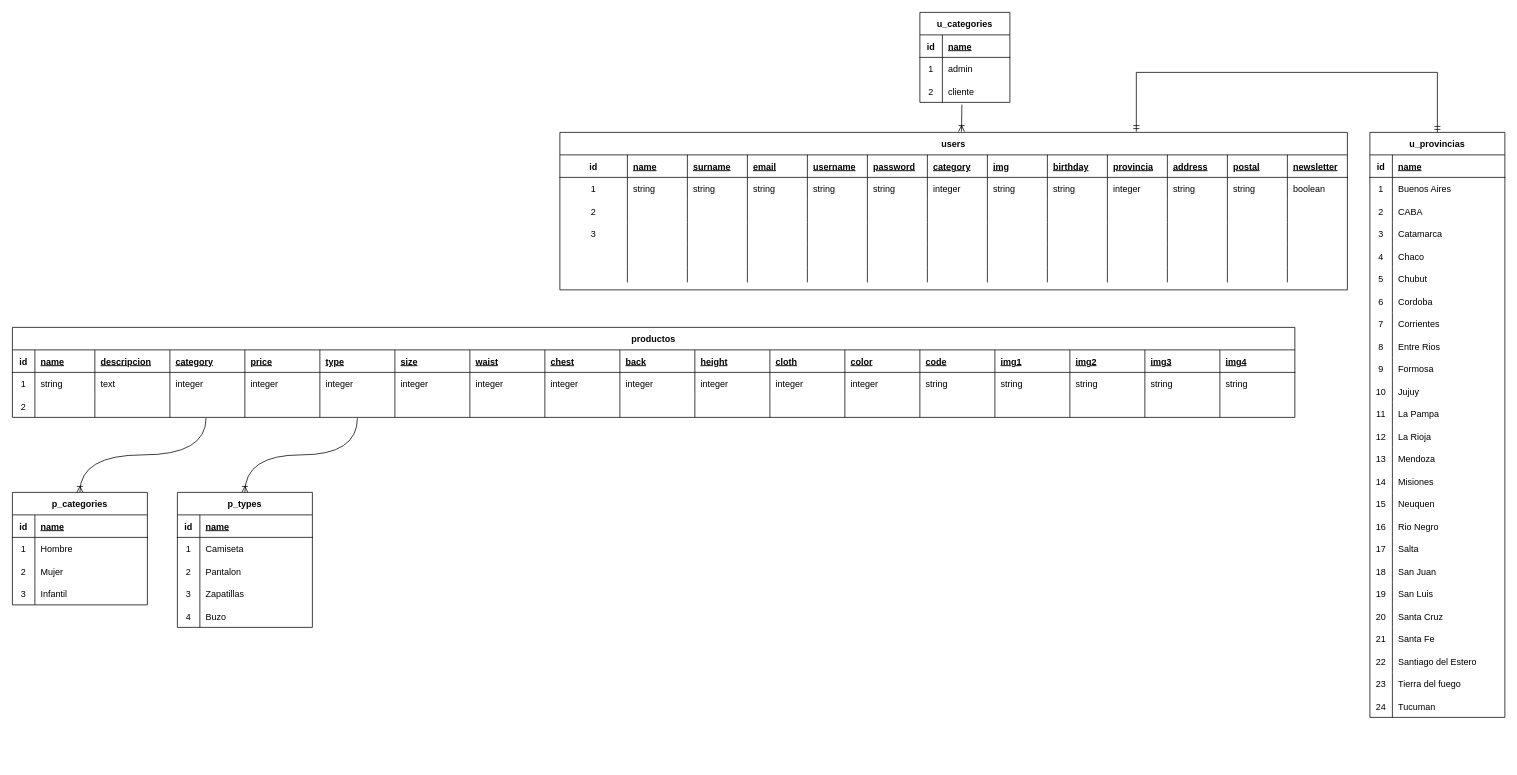
mateocampillo/grupo_5_ropadeportiva keeps this draw.io diagram as Untitled Diagram.drawio. Above is the earlier version. Source tidied: cells renumbered, new cells numbered last; positions are measured from the earlier drawing's top-left corner, leaving out a move shared by most shapes. Both pictures are drawn from the tidied source at 75%, with x=0, y=0 at pixel (12, 12).
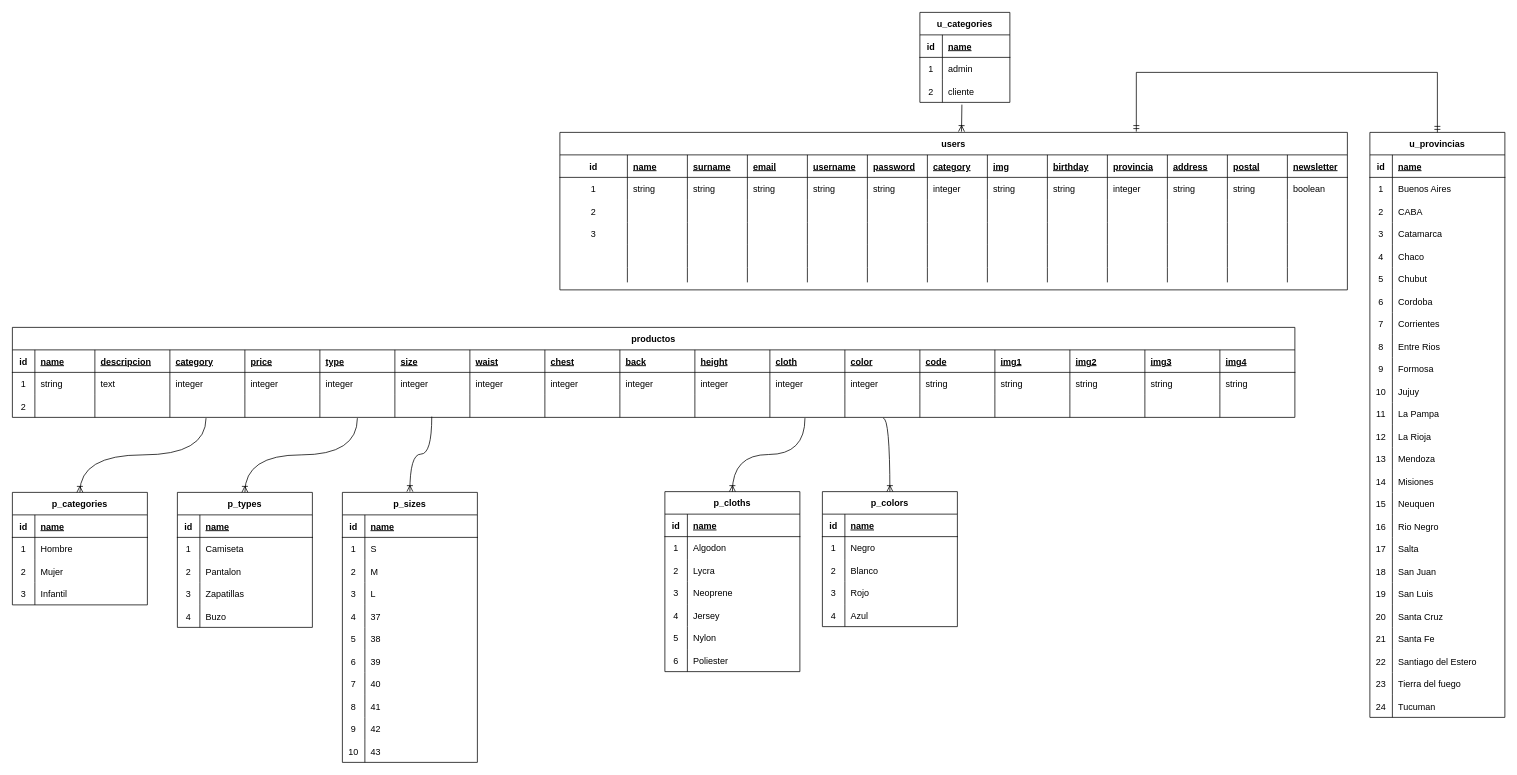
The same diagram, later.

Commit message:
tablas completas

Unchanged cells that the change refers to:
```xml
<mxCell id="214" style="shape=tableRow;horizontal=0;startSize=0;swimlaneHead=0;swimlaneBody=0;fillColor=none;points=[[0,0.5],[1,0.5]];portConstraint=eastwest;top=0;left=0;right=0;bottom=0;" parent="175" vertex="1">
  <mxGeometry y="90" width="1710" height="30" as="geometry" />
</mxCell>
```

Diff of the diagram source:
```diff
@@
+    <mxCell id="264" value="p_sizes" style="shape=table;startSize=30;childLayout=tableLayout;rowLines=0;fontStyle=1;align=center;" parent="1" vertex="1">
+      <mxGeometry x="440" y="640" width="180" height="360" as="geometry" />
+    </mxCell>
+    <mxCell id="265" style="shape=tableRow;horizontal=0;startSize=0;swimlaneHead=0;swimlaneBody=0;fillColor=none;top=0;left=0;right=0;bottom=1;" parent="264" vertex="1">
+      <mxGeometry y="30" width="180" height="30" as="geometry" />
+    </mxCell>
+    <mxCell id="266" value="id" style="shape=partialRectangle;fillColor=none;top=0;left=0;bottom=0;right=0;fontStyle=1;overflow=hidden;" parent="265" vertex="1">
+      <mxGeometry width="30" height="30" as="geometry" />
+    </mxCell>
+    <mxCell id="267" value="name" style="shape=partialRectangle;fillColor=none;top=0;left=0;bottom=0;right=0;align=left;spacingLeft=6;fontStyle=5;overflow=hidden;" parent="265" vertex="1">
+      <mxGeometry x="30" width="150" height="30" as="geometry" />
+    </mxCell>
+    <mxCell id="268" style="shape=tableRow;horizontal=0;startSize=0;swimlaneHead=0;swimlaneBody=0;fillColor=none;top=0;left=0;right=0;bottom=0;" parent="264" vertex="1">
+      <mxGeometry y="60" width="180" height="30" as="geometry" />
+    </mxCell>
+    <mxCell id="269" value="1" style="shape=partialRectangle;fillColor=none;top=0;left=0;bottom=0;right=0;overflow=hidden;" parent="268" vertex="1">
+      <mxGeometry width="30" height="30" as="geometry" />
+    </mxCell>
+    <mxCell id="270" value="S" style="shape=partialRectangle;fillColor=none;top=0;left=0;bottom=0;right=0;align=left;spacingLeft=6;overflow=hidden;" parent="268" vertex="1">
+      <mxGeometry x="30" width="150" height="30" as="geometry" />
+    </mxCell>
+    <mxCell id="271" style="shape=tableRow;horizontal=0;startSize=0;swimlaneHead=0;swimlaneBody=0;fillColor=none;top=0;left=0;right=0;bottom=0;" parent="264" vertex="1">
+      <mxGeometry y="90" width="180" height="30" as="geometry" />
+    </mxCell>
+    <mxCell id="272" value="2" style="shape=partialRectangle;fillColor=none;top=0;left=0;bottom=0;right=0;overflow=hidden;" parent="271" vertex="1">
+      <mxGeometry width="30" height="30" as="geometry" />
+    </mxCell>
+    <mxCell id="273" value="M" style="shape=partialRectangle;fillColor=none;top=0;left=0;bottom=0;right=0;align=left;spacingLeft=6;overflow=hidden;" parent="271" vertex="1">
+      <mxGeometry x="30" width="150" height="30" as="geometry" />
+    </mxCell>
+    <mxCell id="274" style="shape=tableRow;horizontal=0;startSize=0;swimlaneHead=0;swimlaneBody=0;fillColor=none;top=0;left=0;right=0;bottom=0;" parent="264" vertex="1">
+      <mxGeometry y="120" width="180" height="30" as="geometry" />
+    </mxCell>
+    <mxCell id="275" value="3" style="shape=partialRectangle;fillColor=none;top=0;left=0;bottom=0;right=0;overflow=hidden;" parent="274" vertex="1">
+      <mxGeometry width="30" height="30" as="geometry" />
+    </mxCell>
+    <mxCell id="276" value="L" style="shape=partialRectangle;fillColor=none;top=0;left=0;bottom=0;right=0;align=left;spacingLeft=6;overflow=hidden;" parent="274" vertex="1">
+      <mxGeometry x="30" width="150" height="30" as="geometry" />
+    </mxCell>
+    <mxCell id="277" style="shape=tableRow;horizontal=0;startSize=0;swimlaneHead=0;swimlaneBody=0;fillColor=none;top=0;left=0;right=0;bottom=0;" parent="264" vertex="1">
+      <mxGeometry y="150" width="180" height="30" as="geometry" />
+    </mxCell>
+    <mxCell id="278" value="4" style="shape=partialRectangle;fillColor=none;top=0;left=0;bottom=0;right=0;overflow=hidden;" parent="277" vertex="1">
+      <mxGeometry width="30" height="30" as="geometry" />
+    </mxCell>
+    <mxCell id="279" value="37" style="shape=partialRectangle;fillColor=none;top=0;left=0;bottom=0;right=0;align=left;spacingLeft=6;overflow=hidden;" parent="277" vertex="1">
+      <mxGeometry x="30" width="150" height="30" as="geometry" />
+    </mxCell>
+    <mxCell id="280" style="shape=tableRow;horizontal=0;startSize=0;swimlaneHead=0;swimlaneBody=0;fillColor=none;top=0;left=0;right=0;bottom=0;" parent="264" vertex="1">
+      <mxGeometry y="180" width="180" height="30" as="geometry" />
+    </mxCell>
+    <mxCell id="281" value="5" style="shape=partialRectangle;fillColor=none;top=0;left=0;bottom=0;right=0;overflow=hidden;" parent="280" vertex="1">
+      <mxGeometry width="30" height="30" as="geometry" />
+    </mxCell>
+    <mxCell id="282" value="38" style="shape=partialRectangle;fillColor=none;top=0;left=0;bottom=0;right=0;align=left;spacingLeft=6;overflow=hidden;" parent="280" vertex="1">
+      <mxGeometry x="30" width="150" height="30" as="geometry" />
+    </mxCell>
+    <mxCell id="283" style="shape=tableRow;horizontal=0;startSize=0;swimlaneHead=0;swimlaneBody=0;fillColor=none;top=0;left=0;right=0;bottom=0;" parent="264" vertex="1">
+      <mxGeometry y="210" width="180" height="30" as="geometry" />
+    </mxCell>
+    <mxCell id="284" value="6" style="shape=partialRectangle;fillColor=none;top=0;left=0;bottom=0;right=0;overflow=hidden;" parent="283" vertex="1">
+      <mxGeometry width="30" height="30" as="geometry" />
+    </mxCell>
+    <mxCell id="285" value="39" style="shape=partialRectangle;fillColor=none;top=0;left=0;bottom=0;right=0;align=left;spacingLeft=6;overflow=hidden;" parent="283" vertex="1">
+      <mxGeometry x="30" width="150" height="30" as="geometry" />
+    </mxCell>
+    <mxCell id="286" style="shape=tableRow;horizontal=0;startSize=0;swimlaneHead=0;swimlaneBody=0;fillColor=none;top=0;left=0;right=0;bottom=0;" parent="264" vertex="1">
+      <mxGeometry y="240" width="180" height="30" as="geometry" />
+    </mxCell>
+    <mxCell id="287" value="7" style="shape=partialRectangle;fillColor=none;top=0;left=0;bottom=0;right=0;overflow=hidden;" parent="286" vertex="1">
+      <mxGeometry width="30" height="30" as="geometry" />
+    </mxCell>
+    <mxCell id="288" value="40" style="shape=partialRectangle;fillColor=none;top=0;left=0;bottom=0;right=0;align=left;spacingLeft=6;overflow=hidden;" parent="286" vertex="1">
+      <mxGeometry x="30" width="150" height="30" as="geometry" />
+    </mxCell>
+    <mxCell id="289" style="shape=tableRow;horizontal=0;startSize=0;swimlaneHead=0;swimlaneBody=0;fillColor=none;top=0;left=0;right=0;bottom=0;" parent="264" vertex="1">
+      <mxGeometry y="270" width="180" height="30" as="geometry" />
+    </mxCell>
+    <mxCell id="290" value="8" style="shape=partialRectangle;fillColor=none;top=0;left=0;bottom=0;right=0;overflow=hidden;" parent="289" vertex="1">
+      <mxGeometry width="30" height="30" as="geometry" />
+    </mxCell>
+    <mxCell id="291" value="41" style="shape=partialRectangle;fillColor=none;top=0;left=0;bottom=0;right=0;align=left;spacingLeft=6;overflow=hidden;" parent="289" vertex="1">
+      <mxGeometry x="30" width="150" height="30" as="geometry" />
+    </mxCell>
+    <mxCell id="292" style="shape=tableRow;horizontal=0;startSize=0;swimlaneHead=0;swimlaneBody=0;fillColor=none;top=0;left=0;right=0;bottom=0;" parent="264" vertex="1">
+      <mxGeometry y="300" width="180" height="30" as="geometry" />
+    </mxCell>
+    <mxCell id="293" value="9" style="shape=partialRectangle;fillColor=none;top=0;left=0;bottom=0;right=0;overflow=hidden;" parent="292" vertex="1">
+      <mxGeometry width="30" height="30" as="geometry" />
+    </mxCell>
+    <mxCell id="294" value="42" style="shape=partialRectangle;fillColor=none;top=0;left=0;bottom=0;right=0;align=left;spacingLeft=6;overflow=hidden;" parent="292" vertex="1">
+      <mxGeometry x="30" width="150" height="30" as="geometry" />
+    </mxCell>
+    <mxCell id="295" style="shape=tableRow;horizontal=0;startSize=0;swimlaneHead=0;swimlaneBody=0;fillColor=none;top=0;left=0;right=0;bottom=0;" parent="264" vertex="1">
+      <mxGeometry y="330" width="180" height="30" as="geometry" />
+    </mxCell>
+    <mxCell id="296" value="10" style="shape=partialRectangle;fillColor=none;top=0;left=0;bottom=0;right=0;overflow=hidden;" parent="295" vertex="1">
+      <mxGeometry width="30" height="30" as="geometry" />
+    </mxCell>
+    <mxCell id="297" value="43" style="shape=partialRectangle;fillColor=none;top=0;left=0;bottom=0;right=0;align=left;spacingLeft=6;overflow=hidden;" parent="295" vertex="1">
+      <mxGeometry x="30" width="150" height="30" as="geometry" />
+    </mxCell>
+    <mxCell id="298" style="edgeStyle=orthogonalEdgeStyle;fontSize=12;html=1;endArrow=ERoneToMany;rounded=0;entryX=0.5;entryY=0;entryDx=0;entryDy=0;curved=1;exitX=0.327;exitY=0.967;exitDx=0;exitDy=0;exitPerimeter=0;" parent="1" edge="1" source="214">
+      <mxGeometry relative="1" as="geometry">
+        <mxPoint x="530" y="639" as="targetPoint" />
+        <Array as="points">
+          <mxPoint x="559" y="589" />
+          <mxPoint x="530" y="589" />
+        </Array>
+      </mxGeometry>
+    </mxCell>
+    <mxCell id="299" value="p_cloths" style="shape=table;startSize=30;childLayout=tableLayout;rowLines=0;fontStyle=1;align=center;" parent="1" vertex="1">
+      <mxGeometry x="870" y="639" width="180" height="240" as="geometry" />
+    </mxCell>
+    <mxCell id="300" style="shape=tableRow;horizontal=0;startSize=0;swimlaneHead=0;swimlaneBody=0;fillColor=none;top=0;left=0;right=0;bottom=1;" parent="299" vertex="1">
+      <mxGeometry y="30" width="180" height="30" as="geometry" />
+    </mxCell>
+    <mxCell id="301" value="id" style="shape=partialRectangle;fillColor=none;top=0;left=0;bottom=0;right=0;fontStyle=1;overflow=hidden;" parent="300" vertex="1">
+      <mxGeometry width="30" height="30" as="geometry" />
+    </mxCell>
+    <mxCell id="302" value="name" style="shape=partialRectangle;fillColor=none;top=0;left=0;bottom=0;right=0;align=left;spacingLeft=6;fontStyle=5;overflow=hidden;" parent="300" vertex="1">
+      <mxGeometry x="30" width="150" height="30" as="geometry" />
+    </mxCell>
+    <mxCell id="303" style="shape=tableRow;horizontal=0;startSize=0;swimlaneHead=0;swimlaneBody=0;fillColor=none;top=0;left=0;right=0;bottom=0;" parent="299" vertex="1">
+      <mxGeometry y="60" width="180" height="30" as="geometry" />
+    </mxCell>
+    <mxCell id="304" value="1" style="shape=partialRectangle;fillColor=none;top=0;left=0;bottom=0;right=0;overflow=hidden;" parent="303" vertex="1">
+      <mxGeometry width="30" height="30" as="geometry" />
+    </mxCell>
+    <mxCell id="305" value="Algodon" style="shape=partialRectangle;fillColor=none;top=0;left=0;bottom=0;right=0;align=left;spacingLeft=6;overflow=hidden;" parent="303" vertex="1">
+      <mxGeometry x="30" width="150" height="30" as="geometry" />
+    </mxCell>
+    <mxCell id="306" style="shape=tableRow;horizontal=0;startSize=0;swimlaneHead=0;swimlaneBody=0;fillColor=none;top=0;left=0;right=0;bottom=0;" parent="299" vertex="1">
+      <mxGeometry y="90" width="180" height="30" as="geometry" />
+    </mxCell>
+    <mxCell id="307" value="2" style="shape=partialRectangle;fillColor=none;top=0;left=0;bottom=0;right=0;overflow=hidden;" parent="306" vertex="1">
+      <mxGeometry width="30" height="30" as="geometry" />
+    </mxCell>
+    <mxCell id="308" value="Lycra" style="shape=partialRectangle;fillColor=none;top=0;left=0;bottom=0;right=0;align=left;spacingLeft=6;overflow=hidden;" parent="306" vertex="1">
+      <mxGeometry x="30" width="150" height="30" as="geometry" />
+    </mxCell>
+    <mxCell id="309" style="shape=tableRow;horizontal=0;startSize=0;swimlaneHead=0;swimlaneBody=0;fillColor=none;top=0;left=0;right=0;bottom=0;" parent="299" vertex="1">
+      <mxGeometry y="120" width="180" height="30" as="geometry" />
+    </mxCell>
+    <mxCell id="310" value="3" style="shape=partialRectangle;fillColor=none;top=0;left=0;bottom=0;right=0;overflow=hidden;" parent="309" vertex="1">
+      <mxGeometry width="30" height="30" as="geometry" />
+    </mxCell>
+    <mxCell id="311" value="Neoprene" style="shape=partialRectangle;fillColor=none;top=0;left=0;bottom=0;right=0;align=left;spacingLeft=6;overflow=hidden;" parent="309" vertex="1">
+      <mxGeometry x="30" width="150" height="30" as="geometry" />
+    </mxCell>
+    <mxCell id="312" style="shape=tableRow;horizontal=0;startSize=0;swimlaneHead=0;swimlaneBody=0;fillColor=none;top=0;left=0;right=0;bottom=0;" parent="299" vertex="1">
+      <mxGeometry y="150" width="180" height="30" as="geometry" />
+    </mxCell>
+    <mxCell id="313" value="4" style="shape=partialRectangle;fillColor=none;top=0;left=0;bottom=0;right=0;overflow=hidden;" parent="312" vertex="1">
+      <mxGeometry width="30" height="30" as="geometry" />
+    </mxCell>
+    <mxCell id="314" value="Jersey" style="shape=partialRectangle;fillColor=none;top=0;left=0;bottom=0;right=0;align=left;spacingLeft=6;overflow=hidden;" parent="312" vertex="1">
+      <mxGeometry x="30" width="150" height="30" as="geometry" />
+    </mxCell>
+    <mxCell id="315" style="shape=tableRow;horizontal=0;startSize=0;swimlaneHead=0;swimlaneBody=0;fillColor=none;top=0;left=0;right=0;bottom=0;" parent="299" vertex="1">
+      <mxGeometry y="180" width="180" height="30" as="geometry" />
+    </mxCell>
+    <mxCell id="316" value="5" style="shape=partialRectangle;fillColor=none;top=0;left=0;bottom=0;right=0;overflow=hidden;" parent="315" vertex="1">
+      <mxGeometry width="30" height="30" as="geometry" />
+    </mxCell>
+    <mxCell id="317" value="Nylon" style="shape=partialRectangle;fillColor=none;top=0;left=0;bottom=0;right=0;align=left;spacingLeft=6;overflow=hidden;" parent="315" vertex="1">
+      <mxGeometry x="30" width="150" height="30" as="geometry" />
+    </mxCell>
+    <mxCell id="318" style="shape=tableRow;horizontal=0;startSize=0;swimlaneHead=0;swimlaneBody=0;fillColor=none;top=0;left=0;right=0;bottom=0;" parent="299" vertex="1">
+      <mxGeometry y="210" width="180" height="30" as="geometry" />
+    </mxCell>
+    <mxCell id="319" value="6" style="shape=partialRectangle;fillColor=none;top=0;left=0;bottom=0;right=0;overflow=hidden;" parent="318" vertex="1">
+      <mxGeometry width="30" height="30" as="geometry" />
+    </mxCell>
+    <mxCell id="320" value="Poliester" style="shape=partialRectangle;fillColor=none;top=0;left=0;bottom=0;right=0;align=left;spacingLeft=6;overflow=hidden;" parent="318" vertex="1">
+      <mxGeometry x="30" width="150" height="30" as="geometry" />
+    </mxCell>
+    <mxCell id="321" style="edgeStyle=orthogonalEdgeStyle;fontSize=12;html=1;endArrow=ERoneToMany;rounded=0;curved=1;entryX=0.5;entryY=0;entryDx=0;entryDy=0;exitX=0.618;exitY=1.033;exitDx=0;exitDy=0;exitPerimeter=0;" parent="1" edge="1" source="214" target="299">
+      <mxGeometry relative="1" as="geometry" />
+    </mxCell>
+    <mxCell id="322" value="p_colors" style="shape=table;startSize=30;childLayout=tableLayout;rowLines=0;fontStyle=1;align=center;" parent="1" vertex="1">
+      <mxGeometry x="1080" y="639" width="180" height="180" as="geometry" />
+    </mxCell>
+    <mxCell id="323" style="shape=tableRow;horizontal=0;startSize=0;swimlaneHead=0;swimlaneBody=0;fillColor=none;top=0;left=0;right=0;bottom=1;" parent="322" vertex="1">
+      <mxGeometry y="30" width="180" height="30" as="geometry" />
+    </mxCell>
+    <mxCell id="324" value="id" style="shape=partialRectangle;fillColor=none;top=0;left=0;bottom=0;right=0;fontStyle=1;overflow=hidden;" parent="323" vertex="1">
+      <mxGeometry width="30" height="30" as="geometry" />
+    </mxCell>
+    <mxCell id="325" value="name" style="shape=partialRectangle;fillColor=none;top=0;left=0;bottom=0;right=0;align=left;spacingLeft=6;fontStyle=5;overflow=hidden;" parent="323" vertex="1">
+      <mxGeometry x="30" width="150" height="30" as="geometry" />
+    </mxCell>
+    <mxCell id="326" style="shape=tableRow;horizontal=0;startSize=0;swimlaneHead=0;swimlaneBody=0;fillColor=none;top=0;left=0;right=0;bottom=0;" parent="322" vertex="1">
+      <mxGeometry y="60" width="180" height="30" as="geometry" />
+    </mxCell>
+    <mxCell id="327" value="1" style="shape=partialRectangle;fillColor=none;top=0;left=0;bottom=0;right=0;overflow=hidden;" parent="326" vertex="1">
+      <mxGeometry width="30" height="30" as="geometry" />
+    </mxCell>
+    <mxCell id="328" value="Negro    " style="shape=partialRectangle;fillColor=none;top=0;left=0;bottom=0;right=0;align=left;spacingLeft=6;overflow=hidden;" parent="326" vertex="1">
+      <mxGeometry x="30" width="150" height="30" as="geometry" />
+    </mxCell>
+    <mxCell id="329" style="shape=tableRow;horizontal=0;startSize=0;swimlaneHead=0;swimlaneBody=0;fillColor=none;top=0;left=0;right=0;bottom=0;" parent="322" vertex="1">
+      <mxGeometry y="90" width="180" height="30" as="geometry" />
+    </mxCell>
+    <mxCell id="330" value="2" style="shape=partialRectangle;fillColor=none;top=0;left=0;bottom=0;right=0;overflow=hidden;" parent="329" vertex="1">
+      <mxGeometry width="30" height="30" as="geometry" />
+    </mxCell>
+    <mxCell id="331" value="Blanco" style="shape=partialRectangle;fillColor=none;top=0;left=0;bottom=0;right=0;align=left;spacingLeft=6;overflow=hidden;" parent="329" vertex="1">
+      <mxGeometry x="30" width="150" height="30" as="geometry" />
+    </mxCell>
+    <mxCell id="332" style="shape=tableRow;horizontal=0;startSize=0;swimlaneHead=0;swimlaneBody=0;fillColor=none;top=0;left=0;right=0;bottom=0;" parent="322" vertex="1">
+      <mxGeometry y="120" width="180" height="30" as="geometry" />
+    </mxCell>
+    <mxCell id="333" value="3" style="shape=partialRectangle;fillColor=none;top=0;left=0;bottom=0;right=0;overflow=hidden;" parent="332" vertex="1">
+      <mxGeometry width="30" height="30" as="geometry" />
+    </mxCell>
+    <mxCell id="334" value="Rojo" style="shape=partialRectangle;fillColor=none;top=0;left=0;bottom=0;right=0;align=left;spacingLeft=6;overflow=hidden;" parent="332" vertex="1">
+      <mxGeometry x="30" width="150" height="30" as="geometry" />
+    </mxCell>
+    <mxCell id="335" style="shape=tableRow;horizontal=0;startSize=0;swimlaneHead=0;swimlaneBody=0;fillColor=none;top=0;left=0;right=0;bottom=0;" parent="322" vertex="1">
+      <mxGeometry y="150" width="180" height="30" as="geometry" />
+    </mxCell>
+    <mxCell id="336" value="4" style="shape=partialRectangle;fillColor=none;top=0;left=0;bottom=0;right=0;overflow=hidden;" parent="335" vertex="1">
+      <mxGeometry width="30" height="30" as="geometry" />
+    </mxCell>
+    <mxCell id="337" value="Azul" style="shape=partialRectangle;fillColor=none;top=0;left=0;bottom=0;right=0;align=left;spacingLeft=6;overflow=hidden;" parent="335" vertex="1">
+      <mxGeometry x="30" width="150" height="30" as="geometry" />
+    </mxCell>
+    <mxCell id="338" style="edgeStyle=orthogonalEdgeStyle;fontSize=12;html=1;endArrow=ERoneToMany;rounded=0;entryX=0.5;entryY=0;entryDx=0;entryDy=0;curved=1;exitX=0.679;exitY=1.033;exitDx=0;exitDy=0;exitPerimeter=0;" parent="1" edge="1" source="214">
+      <mxGeometry relative="1" as="geometry">
+        <mxPoint x="1170" y="639" as="targetPoint" />
+        <Array as="points">
+          <mxPoint x="1170" y="541" />
+        </Array>
+      </mxGeometry>
+    </mxCell>
```
